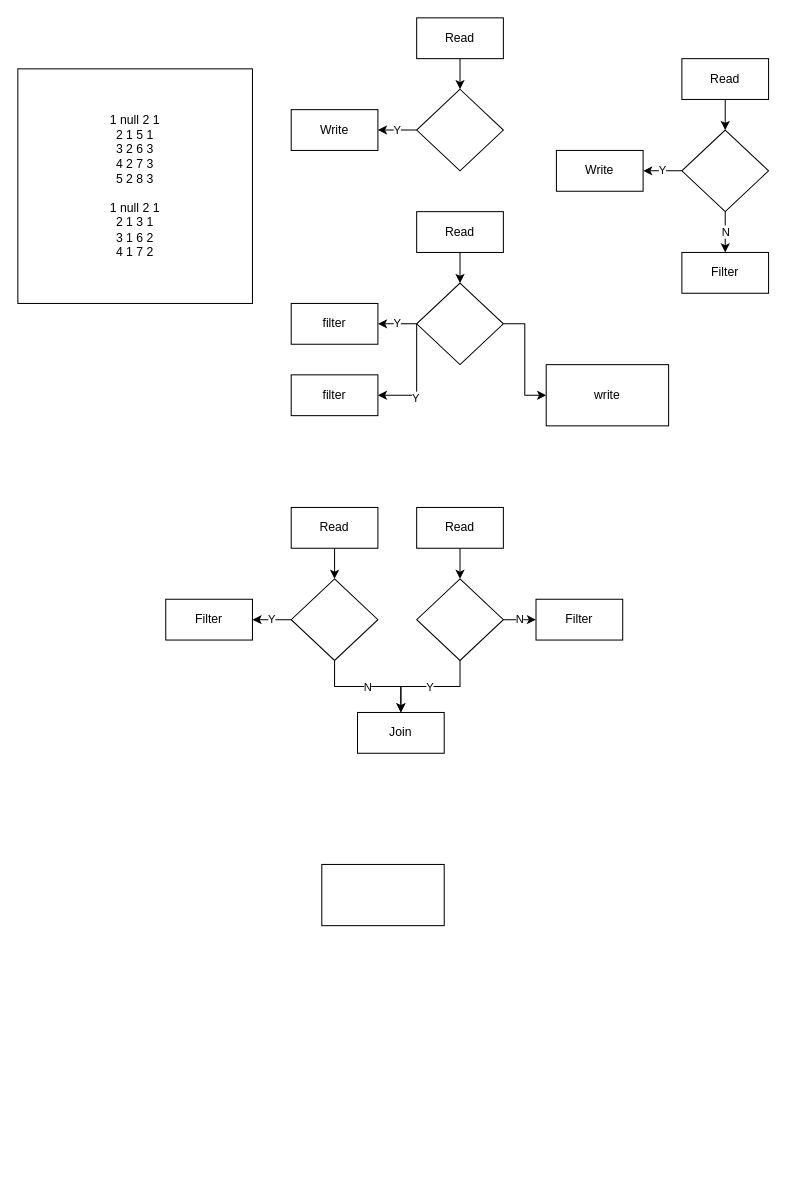
praneethsai83/GenericProcessing keeps this draw.io diagram as Untitled Diagram.drawio. Above is the earlier version. Source tidied: cells renumbered, new cells numbered last; positions are measured from the earlier drawing's top-left corner, leaving out a move shared by most shapes. Both pictures are drawn from the tidied source at 102%, with x=0, y=0 at pixel (17, 17).
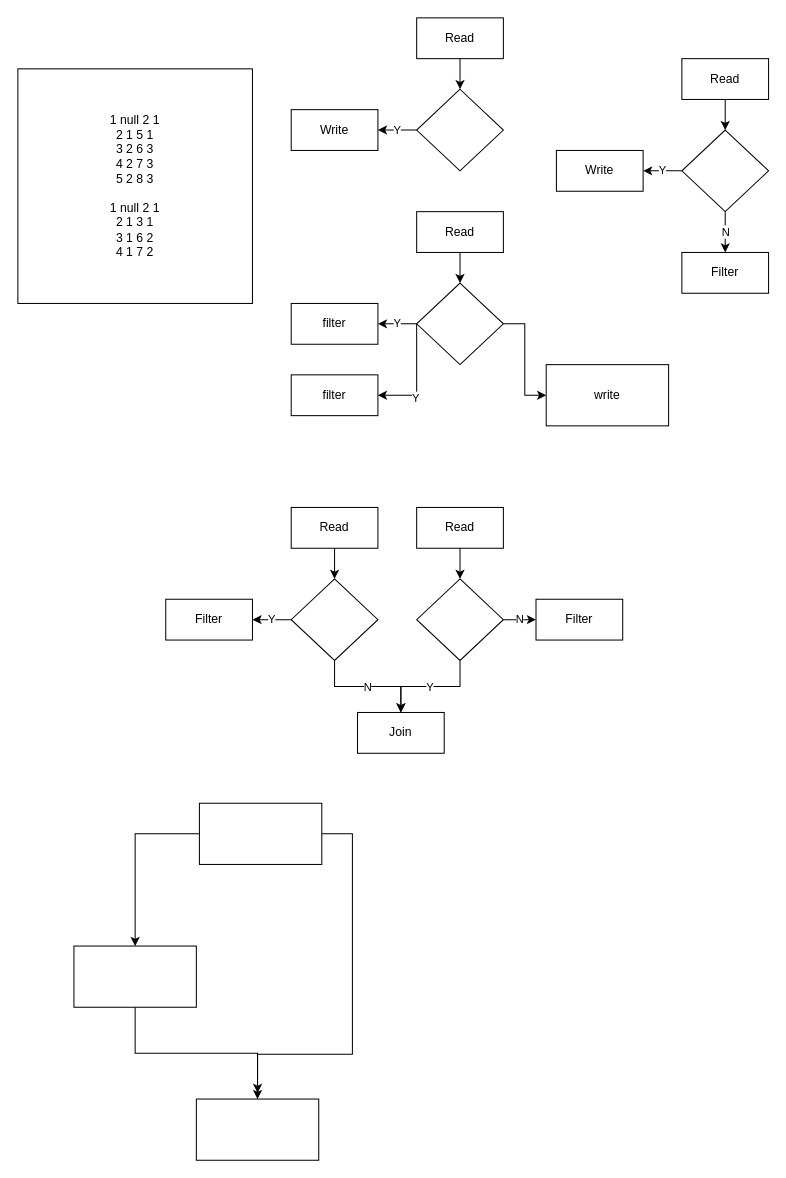
Above is the later version.

Change to the diagram source:
```diff
@@
+    <mxCell id="39" style="edgeStyle=orthogonalEdgeStyle;rounded=0;jettySize=auto;html=1;" parent="1" edge="1" source="38" target="42">
+      <mxGeometry relative="1" as="geometry" />
+    </mxCell>
+    <mxCell id="40" style="edgeStyle=orthogonalEdgeStyle;rounded=0;jettySize=auto;html=1;entryX=0.5;entryY=-0.1;entryDx=0;entryDy=0;entryPerimeter=0;" parent="1" edge="1" source="38" target="43">
+      <mxGeometry relative="1" as="geometry">
+        <Array as="points">
+          <mxPoint x="328" y="800" />
+          <mxPoint x="328" y="1016" />
+          <mxPoint x="235" y="1016" />
+        </Array>
+      </mxGeometry>
+    </mxCell>
     <mxCell id="38" style="rounded=0;whiteSpace=wrap;html=1;" parent="1" vertex="1">
-      <mxGeometry x="298" y="830" width="120" height="60" as="geometry" />
+      <mxGeometry x="178" y="770" width="120" height="60" as="geometry" />
     </mxCell>
+    <mxCell id="41" style="edgeStyle=orthogonalEdgeStyle;rounded=0;jettySize=auto;html=1;" parent="1" edge="1" source="42" target="43">
+      <mxGeometry relative="1" as="geometry" />
+    </mxCell>
+    <mxCell id="42" style="rounded=0;whiteSpace=wrap;html=1;" parent="1" vertex="1">
+      <mxGeometry x="55" y="910" width="120" height="60" as="geometry" />
+    </mxCell>
+    <mxCell id="43" style="rounded=0;whiteSpace=wrap;html=1;" parent="1" vertex="1">
+      <mxGeometry x="175" y="1060" width="120" height="60" as="geometry" />
+    </mxCell>
```
